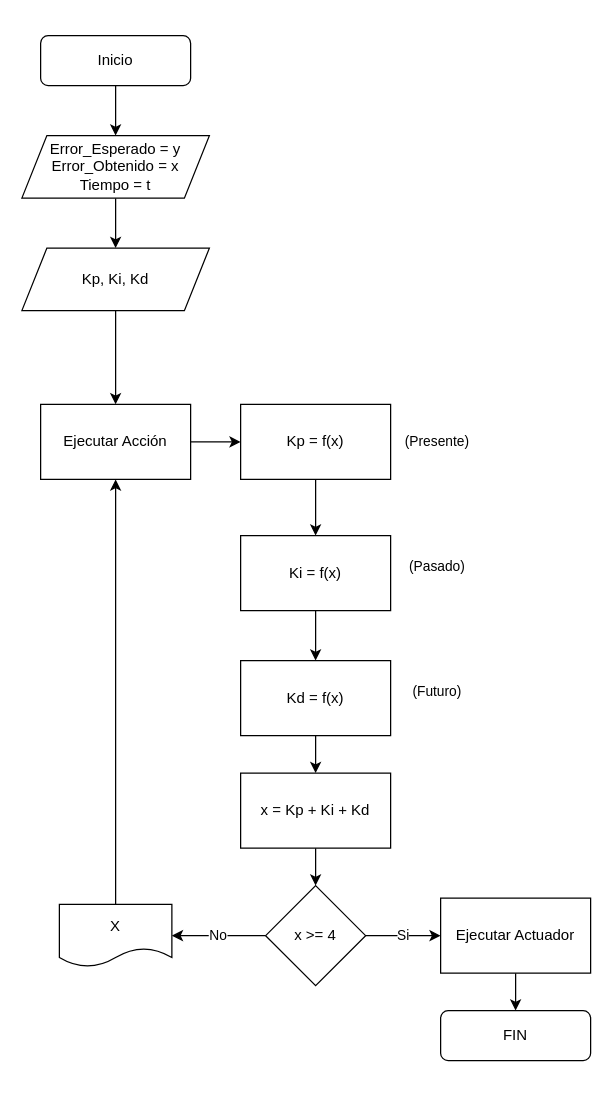
Earlier version of the draw.io diagram Untitled Diagram.drawio (Faroukmn97/roboPID). Source tidied: cells renumbered, new cells numbered last; positions are measured from the earlier drawing's top-left corner, leaving out a move shared by most shapes. Both pictures are drawn from the tidied source at 125%, with x=0, y=0 at pixel (21, 35).
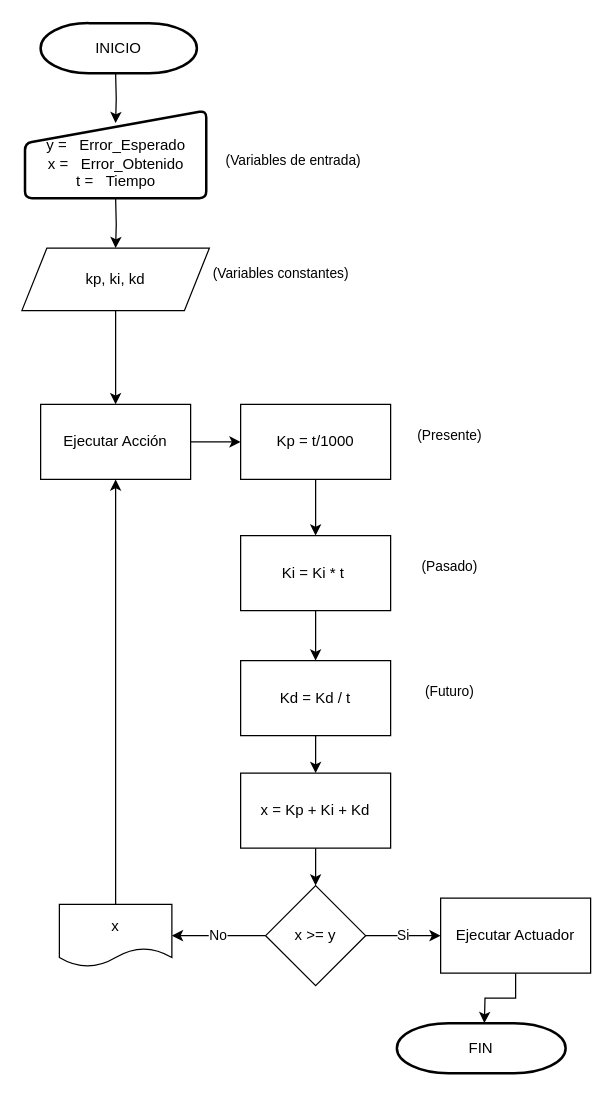
Above is the later version.

The change refers to these unchanged cells:
```xml
<mxCell id="25" value="Ejecutar Actuador" style="whiteSpace=wrap;html=1;" parent="1" vertex="1">
  <mxGeometry x="335" y="690" width="120" height="60" as="geometry" />
</mxCell>
```

Change to the diagram source:
```diff
@@
-    <mxCell id="2" style="edgeStyle=orthogonalEdgeStyle;rounded=0;jettySize=auto;html=1;entryX=0.5;entryY=0;entryDx=0;entryDy=0;" parent="1" edge="1" source="3" target="5">
-      <mxGeometry relative="1" as="geometry" />
+    <mxCell id="2" style="edgeStyle=orthogonalEdgeStyle;rounded=0;orthogonalLoop=1;jettySize=auto;html=1;entryX=0.5;entryY=0;entryDx=0;entryDy=0;" parent="1" edge="1">
+      <mxGeometry relative="1" as="geometry">
+        <mxPoint x="75" y="30" as="sourcePoint" />
+        <mxPoint x="75" y="70" as="targetPoint" />
+      </mxGeometry>
     </mxCell>
-    <mxCell id="3" value="Inicio" style="rounded=1;whiteSpace=wrap;html=1;fontSize=12;glass=0;strokeWidth=1;shadow=0;" parent="1" vertex="1">
-      <mxGeometry x="15" width="120" height="40" as="geometry" />
-    </mxCell>
-    <mxCell id="4" style="edgeStyle=orthogonalEdgeStyle;rounded=0;jettySize=auto;html=1;" parent="1" edge="1" source="5" target="7">
-      <mxGeometry relative="1" as="geometry" />
+    <mxCell id="4" style="edgeStyle=orthogonalEdgeStyle;rounded=0;jettySize=auto;html=1;" parent="1" edge="1" target="7">
+      <mxGeometry relative="1" as="geometry">
+        <mxPoint x="75" y="130" as="sourcePoint" />
+      </mxGeometry>
     </mxCell>
-    <mxCell id="5" value="Error_Esperado = y&lt;br&gt;Error_Obtenido = x&lt;br&gt;Tiempo = t" style="shape=parallelogram;perimeter=parallelogramPerimeter;whiteSpace=wrap;html=1;fixedSize=1;" parent="1" vertex="1">
-      <mxGeometry y="80" width="150" height="50" as="geometry" />
-    </mxCell>
@@
-    <mxCell id="7" value="Kp, Ki, Kd" style="shape=parallelogram;perimeter=parallelogramPerimeter;whiteSpace=wrap;html=1;fixedSize=1;" parent="1" vertex="1">
+    <mxCell id="7" value="kp, ki, kd" style="shape=parallelogram;perimeter=parallelogramPerimeter;whiteSpace=wrap;html=1;fixedSize=1;" parent="1" vertex="1">
       <mxGeometry y="170" width="150" height="50" as="geometry" />
     </mxCell>
@@
-    <mxCell id="9" value="Kp = f(x) " style="whiteSpace=wrap;html=1;" parent="1" vertex="1">
+    <mxCell id="9" value="Kp = t/1000" style="whiteSpace=wrap;html=1;" parent="1" vertex="1">
       <mxGeometry x="175" y="295" width="120" height="60" as="geometry" />
     </mxCell>
@@
-    <mxCell id="11" value="Ki = f(x)" style="whiteSpace=wrap;html=1;" parent="1" vertex="1">
+    <mxCell id="11" value="Ki = Ki * t&lt;span style=&quot;white-space: pre&quot;&gt; &lt;/span&gt;" style="whiteSpace=wrap;html=1;" parent="1" vertex="1">
       <mxGeometry x="175" y="400" width="120" height="60" as="geometry" />
     </mxCell>
@@
-    <mxCell id="13" value="Kd = f(x)" style="whiteSpace=wrap;html=1;" parent="1" vertex="1">
+    <mxCell id="13" value="Kd = Kd / t" style="whiteSpace=wrap;html=1;" parent="1" vertex="1">
       <mxGeometry x="175" y="500" width="120" height="60" as="geometry" />
     </mxCell>
     <mxCell id="14" value="(Presente)" style="edgeLabel;html=1;align=center;verticalAlign=middle;" parent="1" vertex="1">
-      <mxGeometry x="165" y="330" as="geometry">
+      <mxGeometry x="175" y="325" as="geometry">
         <mxPoint x="166" y="-6" as="offset" />
       </mxGeometry>
     </mxCell>
     <mxCell id="15" value="(Pasado)" style="edgeLabel;html=1;align=center;verticalAlign=middle;" parent="1" vertex="1">
-      <mxGeometry x="165" y="430" as="geometry">
+      <mxGeometry x="175" y="430" as="geometry">
         <mxPoint x="166" y="-6" as="offset" />
       </mxGeometry>
     </mxCell>
     <mxCell id="16" value="(Futuro)" style="edgeLabel;html=1;align=center;verticalAlign=middle;" parent="1" vertex="1">
-      <mxGeometry x="165" y="530" as="geometry">
+      <mxGeometry x="175" y="530" as="geometry">
         <mxPoint x="166" y="-6" as="offset" />
       </mxGeometry>
     </mxCell>
@@
-    <mxCell id="23" value="x &amp;gt;= 4" style="rhombus;whiteSpace=wrap;html=1;" parent="1" vertex="1">
+    <mxCell id="23" value="x &amp;gt;= y" style="rhombus;whiteSpace=wrap;html=1;" parent="1" vertex="1">
       <mxGeometry x="195" y="680" width="80" height="80" as="geometry" />
     </mxCell>
-    <mxCell id="24" style="edgeStyle=orthogonalEdgeStyle;rounded=0;jettySize=auto;html=1;" parent="1" edge="1" source="25" target="26">
-      <mxGeometry relative="1" as="geometry" />
+    <mxCell id="24" style="edgeStyle=orthogonalEdgeStyle;rounded=0;jettySize=auto;html=1;" parent="1" edge="1" source="25">
+      <mxGeometry relative="1" as="geometry">
+        <mxPoint x="370" y="790" as="targetPoint" />
+      </mxGeometry>
     </mxCell>
@@
-    <mxCell id="26" value="FIN" style="rounded=1;whiteSpace=wrap;html=1;" parent="1" vertex="1">
-      <mxGeometry x="335" y="780" width="120" height="40" as="geometry" />
-    </mxCell>
@@
-    <mxCell id="28" value="X" style="shape=document;whiteSpace=wrap;html=1;boundedLbl=1;rotation=0;" parent="1" vertex="1">
+    <mxCell id="28" value="x" style="shape=document;whiteSpace=wrap;html=1;boundedLbl=1;rotation=0;" parent="1" vertex="1">
       <mxGeometry x="30" y="695" width="90" height="50" as="geometry" />
     </mxCell>
+    <mxCell id="29" value="(Variables constantes)" style="edgeLabel;html=1;align=center;verticalAlign=middle;" parent="1" vertex="1">
+      <mxGeometry x="40" y="195" as="geometry">
+        <mxPoint x="166" y="-6" as="offset" />
+      </mxGeometry>
+    </mxCell>
+    <mxCell id="30" value="(Variables de entrada)" style="edgeLabel;html=1;align=center;verticalAlign=middle;" parent="1" vertex="1">
+      <mxGeometry x="50" y="105" as="geometry">
+        <mxPoint x="166" y="-6" as="offset" />
+      </mxGeometry>
+    </mxCell>
+    <mxCell id="31" value="INICIO" style="strokeWidth=2;html=1;shape=mxgraph.flowchart.terminator;whiteSpace=wrap;" parent="1" vertex="1">
+      <mxGeometry x="15" y="-10" width="125" height="40" as="geometry" />
+    </mxCell>
+    <mxCell id="26" value="FIN" style="strokeWidth=2;html=1;shape=mxgraph.flowchart.terminator;whiteSpace=wrap;" parent="1" vertex="1">
+      <mxGeometry x="300" y="790" width="135" height="40" as="geometry" />
+    </mxCell>
+    <mxCell id="32" value="&lt;br&gt;y =&amp;nbsp;&amp;nbsp;  Error_Esperado &lt;br&gt;x =&amp;nbsp;  &amp;nbsp;Error_Obtenido &lt;br&gt;t =&amp;nbsp;  &amp;nbsp;Tiempo" style="html=1;strokeWidth=2;shape=manualInput;whiteSpace=wrap;rounded=1;size=26;arcSize=11;" parent="1" vertex="1">
+      <mxGeometry x="2.5" y="60" width="145" height="70" as="geometry" />
+    </mxCell>
```
